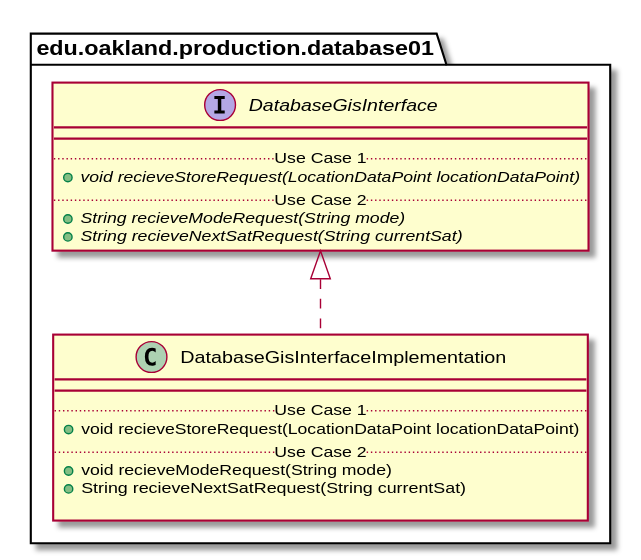
Before: docs/uml-class-diagrams/database/production/DatabaseGisInterfaceImplementation/DatabaseGisInterfaceImplementation_DirectDependencies.svg, a diagram exported from PlantUML (andrewdimmer/csi-3370-software-project). The source it was exported from:
```plantuml
@startuml DatabaseGisInterfaceImplementation_DirectDependencies


package edu.oakland.production.database01 {
    class DatabaseGisInterfaceImplementation {
        __
        .. Use Case 1 ..
        + void recieveStoreRequest(LocationDataPoint locationDataPoint)
        .. Use Case 2 ..
        + void recieveModeRequest(String mode)
        + String recieveNextSatRequest(String currentSat)

    }
}



package edu.oakland.production.database01 {
    interface DatabaseGisInterface {
        __
        .. Use Case 1 ..
        {abstract} + void recieveStoreRequest(LocationDataPoint locationDataPoint)
        .. Use Case 2 ..
        {abstract} + String recieveModeRequest(String mode)
        {abstract} + String recieveNextSatRequest(String currentSat)
    }
}

DatabaseGisInterfaceImplementation .up.|> DatabaseGisInterface





@enduml
```
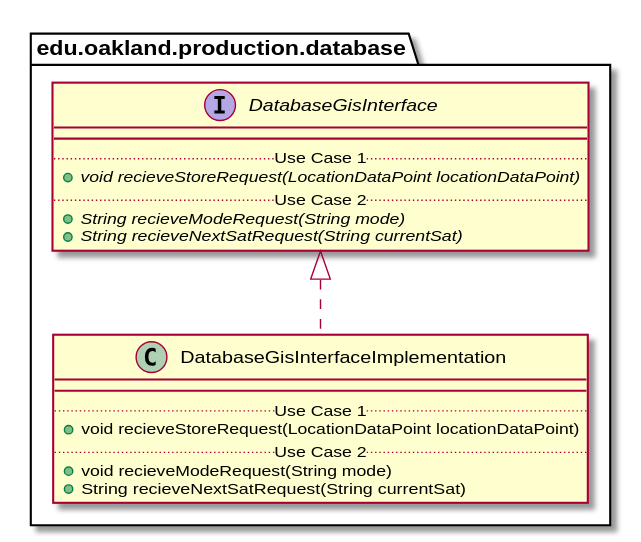
After the change.

The edit, as a diff of the source:
```diff
@@ -1,7 +1,7 @@
 @startuml DatabaseGisInterfaceImplementation_DirectDependencies
 
 
-package edu.oakland.production.database01 {
+package edu.oakland.production.database {
     class DatabaseGisInterfaceImplementation {
         __
         .. Use Case 1 ..
@@ -9,13 +9,12 @@
         .. Use Case 2 ..
         + void recieveModeRequest(String mode)
         + String recieveNextSatRequest(String currentSat)
-
     }
 }
 
 
 
-package edu.oakland.production.database01 {
+package edu.oakland.production.database {
     interface DatabaseGisInterface {
         __
         .. Use Case 1 ..
```
